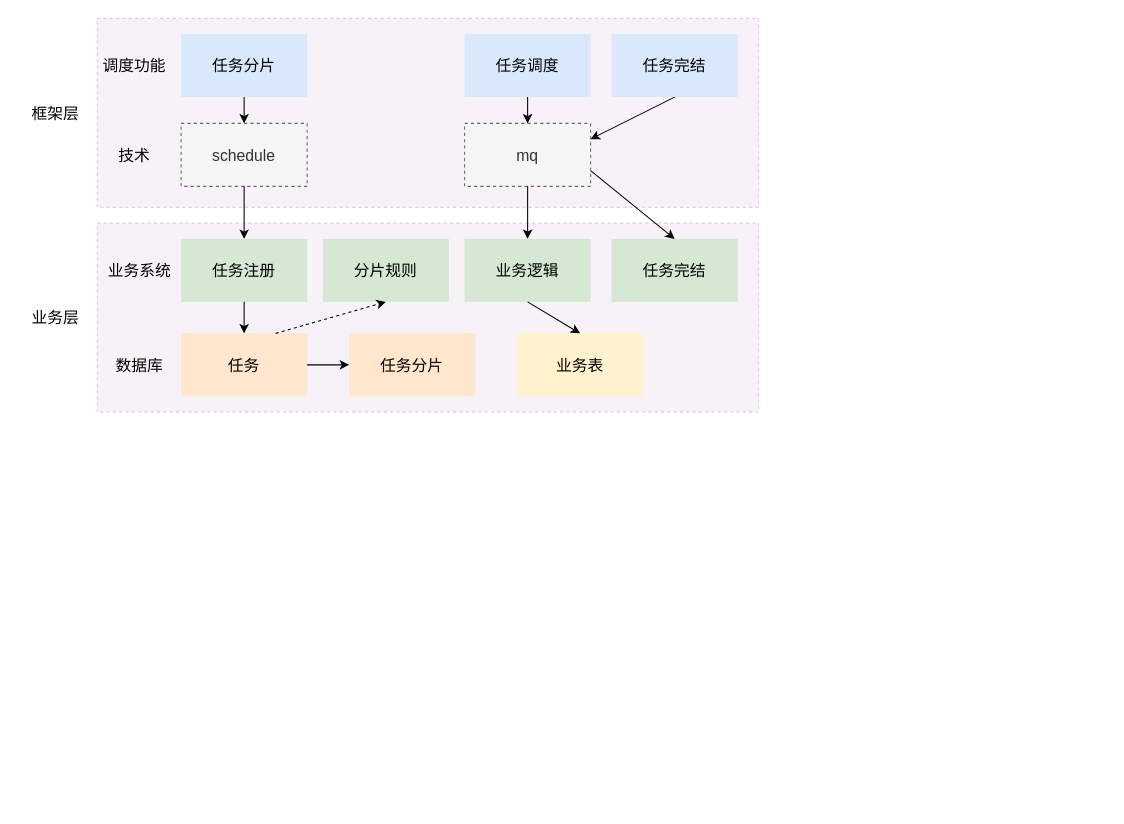
Before: save/schedulerbatch.drawio in wengyingjian/draw.io, a draw.io diagram. Source tidied: cells renumbered, new cells numbered last; positions are measured from the earlier drawing's top-left corner, leaving out a move shared by most shapes. Both pictures are drawn from the tidied source at 105%, with x=0, y=0 at pixel (18, 18).
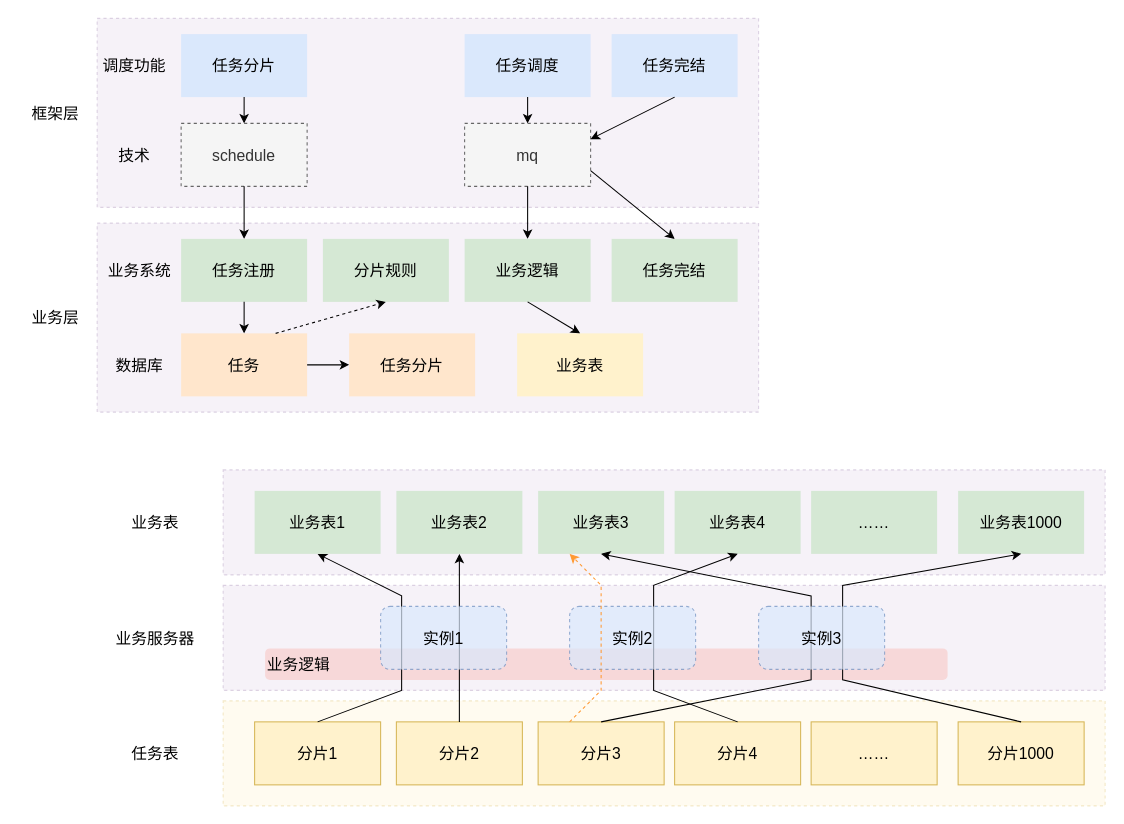
The same diagram, later.

Change to the diagram source:
```diff
@@
+    <mxCell id="32" style="rounded=0;whiteSpace=wrap;html=1;dashed=1;fillColor=#e1d5e7;strokeColor=#9673a6;opacity=30;fontSize=15;" parent="1" vertex="1">
+      <mxGeometry x="195" y="540" width="840" height="100" as="geometry" />
+    </mxCell>
+    <mxCell id="33" value="业务逻辑" style="rounded=1;whiteSpace=wrap;html=1;strokeColor=none;fontSize=15;opacity=70;fillColor=#f8cecc;align=left;" parent="1" vertex="1">
+      <mxGeometry x="235" y="600" width="650" height="30" as="geometry" />
+    </mxCell>
+    <mxCell id="34" style="rounded=0;whiteSpace=wrap;html=1;dashed=1;fillColor=#fff2cc;strokeColor=#d6b656;opacity=30;fontSize=15;" parent="1" vertex="1">
+      <mxGeometry x="195" y="650" width="840" height="100" as="geometry" />
+    </mxCell>
@@
+    <mxCell id="35" value="分片2" style="rounded=0;whiteSpace=wrap;html=1;fillColor=#fff2cc;strokeColor=#d6b656;fontSize=15;" parent="1" vertex="1">
+      <mxGeometry x="360" y="670" width="120" height="60" as="geometry" />
+    </mxCell>
+    <mxCell id="36" value="分片1" style="rounded=0;whiteSpace=wrap;html=1;fillColor=#fff2cc;strokeColor=#d6b656;fontSize=15;" parent="1" vertex="1">
+      <mxGeometry x="225" y="670" width="120" height="60" as="geometry" />
+    </mxCell>
+    <mxCell id="37" value="分片3" style="rounded=0;whiteSpace=wrap;html=1;fillColor=#fff2cc;strokeColor=#d6b656;fontSize=15;" parent="1" vertex="1">
+      <mxGeometry x="495" y="670" width="120" height="60" as="geometry" />
+    </mxCell>
+    <mxCell id="38" value="分片4" style="rounded=0;whiteSpace=wrap;html=1;fillColor=#fff2cc;strokeColor=#d6b656;fontSize=15;" parent="1" vertex="1">
+      <mxGeometry x="625" y="670" width="120" height="60" as="geometry" />
+    </mxCell>
+    <mxCell id="39" value="……" style="rounded=0;whiteSpace=wrap;html=1;fillColor=#fff2cc;strokeColor=#d6b656;fontSize=15;" parent="1" vertex="1">
+      <mxGeometry x="755" y="670" width="120" height="60" as="geometry" />
+    </mxCell>
+    <mxCell id="40" style="rounded=0;whiteSpace=wrap;html=1;dashed=1;fillColor=#e1d5e7;strokeColor=#9673a6;opacity=30;fontSize=15;" parent="1" vertex="1">
+      <mxGeometry x="195" y="430" width="840" height="100" as="geometry" />
+    </mxCell>
+    <mxCell id="41" value="业务表2" style="rounded=0;whiteSpace=wrap;html=1;fillColor=#d5e8d4;strokeColor=none;fontSize=15;" parent="1" vertex="1">
+      <mxGeometry x="360" y="450" width="120" height="60" as="geometry" />
+    </mxCell>
+    <mxCell id="42" value="业务表1" style="rounded=0;whiteSpace=wrap;html=1;fillColor=#d5e8d4;strokeColor=none;fontSize=15;" parent="1" vertex="1">
+      <mxGeometry x="225" y="450" width="120" height="60" as="geometry" />
+    </mxCell>
+    <mxCell id="43" value="业务表3" style="rounded=0;whiteSpace=wrap;html=1;fillColor=#d5e8d4;strokeColor=none;fontSize=15;" parent="1" vertex="1">
+      <mxGeometry x="495" y="450" width="120" height="60" as="geometry" />
+    </mxCell>
+    <mxCell id="44" value="业务表1000" style="rounded=0;whiteSpace=wrap;html=1;fillColor=#d5e8d4;strokeColor=none;fontSize=15;" parent="1" vertex="1">
+      <mxGeometry x="895" y="450" width="120" height="60" as="geometry" />
+    </mxCell>
+    <mxCell id="45" value="业务表4" style="rounded=0;whiteSpace=wrap;html=1;fillColor=#d5e8d4;strokeColor=none;fontSize=15;" parent="1" vertex="1">
+      <mxGeometry x="625" y="450" width="120" height="60" as="geometry" />
+    </mxCell>
+    <mxCell id="46" value="……" style="rounded=0;whiteSpace=wrap;html=1;fillColor=#d5e8d4;strokeColor=none;fontSize=15;" parent="1" vertex="1">
+      <mxGeometry x="755" y="450" width="120" height="60" as="geometry" />
+    </mxCell>
+    <mxCell id="47" value="分片1000" style="rounded=0;whiteSpace=wrap;html=1;fillColor=#fff2cc;strokeColor=#d6b656;fontSize=15;" parent="1" vertex="1">
+      <mxGeometry x="895" y="670" width="120" height="60" as="geometry" />
+    </mxCell>
+    <mxCell id="48" style="endArrow=classic;html=1;rounded=0;fontSize=15;exitX=0.5;exitY=0;exitDx=0;exitDy=0;entryX=0.5;entryY=1;entryDx=0;entryDy=0;" parent="1" edge="1" source="36" target="42">
+      <mxGeometry relative="1" as="geometry">
+        <Array as="points">
+          <mxPoint x="365" y="640" />
+          <mxPoint x="365" y="550" />
+        </Array>
+      </mxGeometry>
+    </mxCell>
+    <mxCell id="49" style="endArrow=classic;html=1;rounded=0;fontSize=15;exitX=0.5;exitY=0;exitDx=0;exitDy=0;entryX=0.5;entryY=1;entryDx=0;entryDy=0;" parent="1" edge="1" source="35" target="41">
+      <mxGeometry relative="1" as="geometry" />
+    </mxCell>
+    <mxCell id="50" style="endArrow=classic;html=1;rounded=0;fontSize=15;exitX=0.5;exitY=0;exitDx=0;exitDy=0;entryX=0.5;entryY=1;entryDx=0;entryDy=0;" parent="1" edge="1" source="37" target="43">
+      <mxGeometry relative="1" as="geometry">
+        <Array as="points">
+          <mxPoint x="755" y="630" />
+          <mxPoint x="755" y="550" />
+        </Array>
+      </mxGeometry>
+    </mxCell>
+    <mxCell id="51" style="endArrow=classic;html=1;rounded=0;fontSize=15;exitX=0.5;exitY=0;exitDx=0;exitDy=0;entryX=0.5;entryY=1;entryDx=0;entryDy=0;" parent="1" edge="1" source="38" target="45">
+      <mxGeometry relative="1" as="geometry">
+        <Array as="points">
+          <mxPoint x="605" y="640" />
+          <mxPoint x="605" y="540" />
+        </Array>
+      </mxGeometry>
+    </mxCell>
+    <mxCell id="52" style="endArrow=classic;html=1;rounded=0;fontSize=15;exitX=0.5;exitY=0;exitDx=0;exitDy=0;entryX=0.5;entryY=1;entryDx=0;entryDy=0;" parent="1" edge="1" source="47" target="44">
+      <mxGeometry relative="1" as="geometry">
+        <Array as="points">
+          <mxPoint x="785" y="630" />
+          <mxPoint x="785" y="540" />
+        </Array>
+      </mxGeometry>
+    </mxCell>
+    <mxCell id="53" value="实例1" style="rounded=1;whiteSpace=wrap;html=1;dashed=1;strokeColor=#6c8ebf;fontSize=15;fillColor=#dae8fc;opacity=70;" parent="1" vertex="1">
+      <mxGeometry x="345" y="560" width="120" height="60" as="geometry" />
+    </mxCell>
+    <mxCell id="54" value="实例2" style="rounded=1;whiteSpace=wrap;html=1;dashed=1;strokeColor=#6c8ebf;fontSize=15;fillColor=#dae8fc;opacity=70;" parent="1" vertex="1">
+      <mxGeometry x="525" y="560" width="120" height="60" as="geometry" />
+    </mxCell>
+    <mxCell id="55" value="实例3" style="rounded=1;whiteSpace=wrap;html=1;dashed=1;strokeColor=#6c8ebf;fontSize=15;fillColor=#dae8fc;opacity=70;" parent="1" vertex="1">
+      <mxGeometry x="705" y="560" width="120" height="60" as="geometry" />
+    </mxCell>
+    <mxCell id="56" style="endArrow=classic;html=1;rounded=0;fontSize=15;exitX=0.25;exitY=0;exitDx=0;exitDy=0;entryX=0.25;entryY=1;entryDx=0;entryDy=0;strokeColor=#FF9933;dashed=1;" parent="1" edge="1" source="37" target="43">
+      <mxGeometry relative="1" as="geometry">
+        <Array as="points">
+          <mxPoint x="555" y="640" />
+          <mxPoint x="555" y="540" />
+        </Array>
+      </mxGeometry>
+    </mxCell>
+    <mxCell id="57" value="任务表" style="text;html=1;align=center;verticalAlign=middle;strokeColor=none;fillColor=none;fontSize=15;opacity=70;" parent="1" vertex="1">
+      <mxGeometry x="95" y="685" width="70" height="30" as="geometry" />
+    </mxCell>
+    <mxCell id="58" value="业务表" style="text;html=1;align=center;verticalAlign=middle;strokeColor=none;fillColor=none;fontSize=15;" parent="1" vertex="1">
+      <mxGeometry x="95" y="465" width="70" height="30" as="geometry" />
+    </mxCell>
+    <mxCell id="59" value="业务服务器" style="text;html=1;align=center;verticalAlign=middle;strokeColor=none;fillColor=none;fontSize=15;" parent="1" vertex="1">
+      <mxGeometry x="80" y="575" width="100" height="30" as="geometry" />
+    </mxCell>
```
